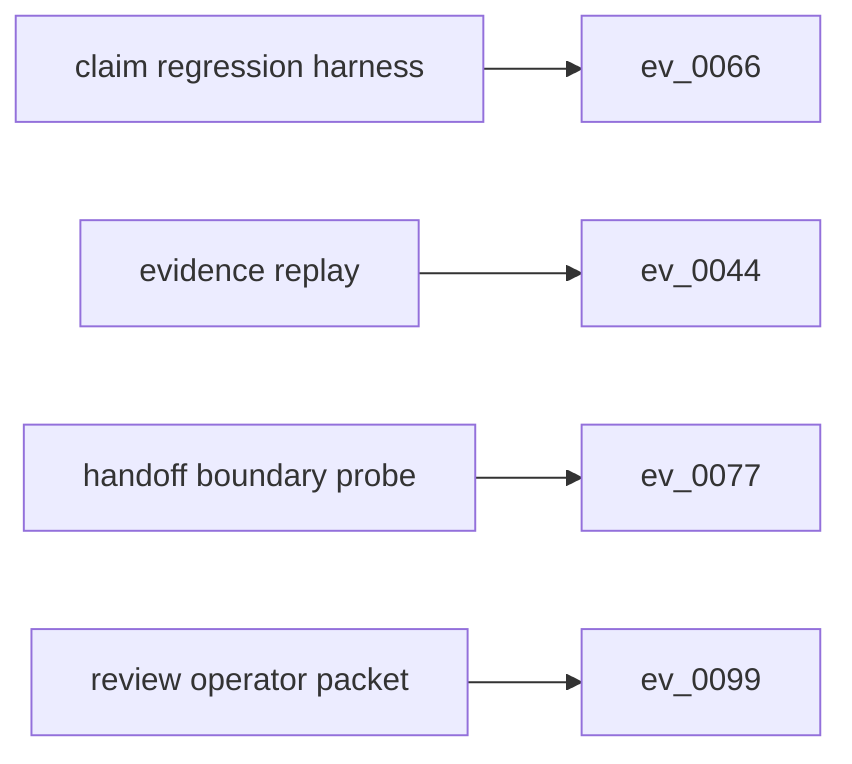
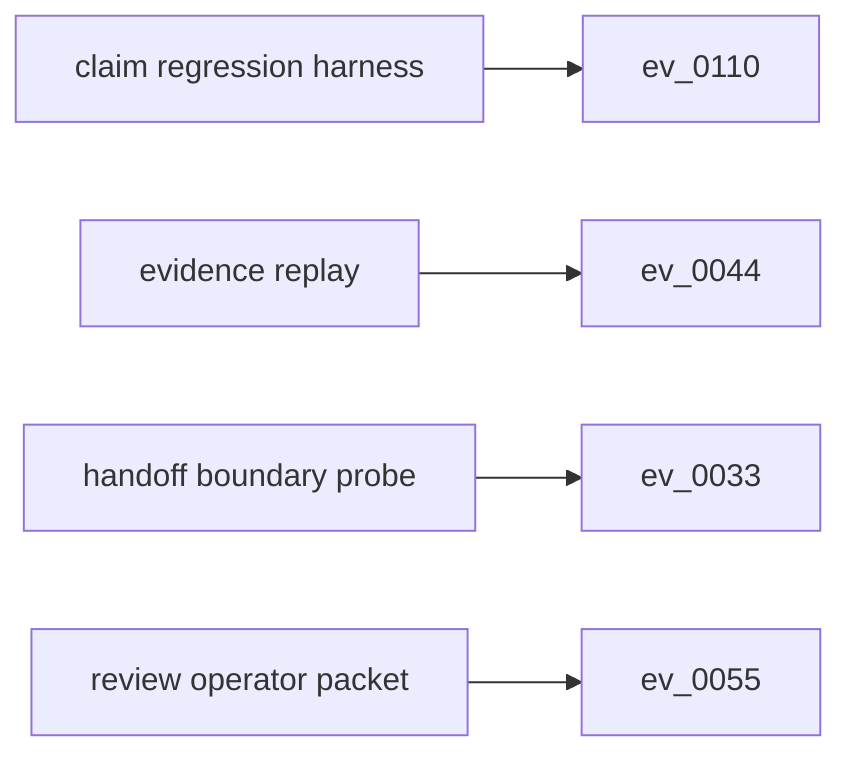
flowchart LR
  s0["claim regression harness"]
-   e0["ev_0066"]
+   e0["ev_0110"]
  s0 --> e0
  s1["evidence replay"]
  e1["ev_0044"]
  s1 --> e1
  s2["handoff boundary probe"]
-   e2["ev_0077"]
+   e2["ev_0033"]
  s2 --> e2
  s3["review operator packet"]
-   e3["ev_0099"]
+   e3["ev_0055"]
  s3 --> e3
